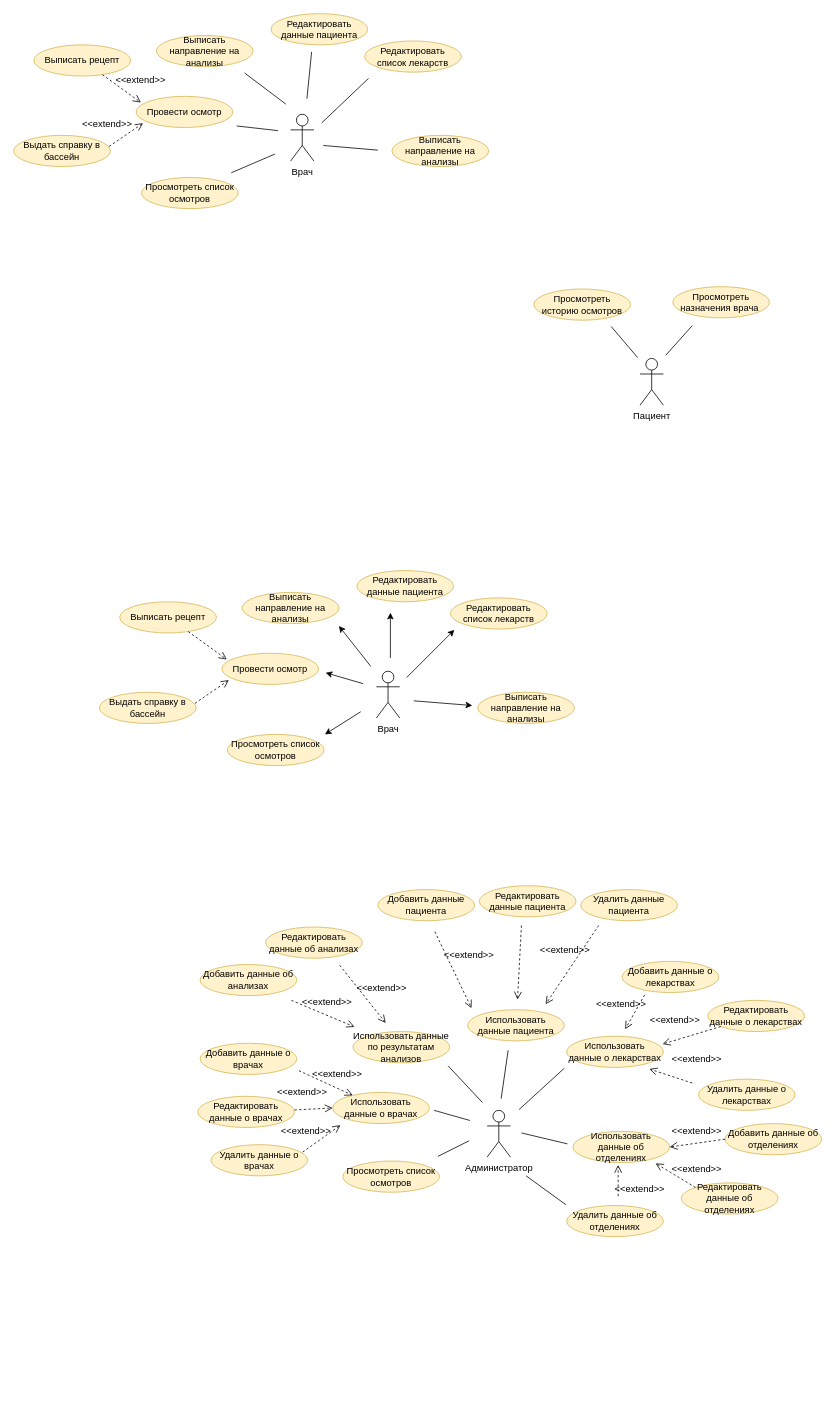
AnT250288/test keeps this draw.io diagram as Untitled Diagram.drawio. Above is the earlier version. Source tidied: cells renumbered, new cells numbered last; positions are measured from the earlier drawing's top-left corner, leaving out a move shared by most shapes. Both pictures are drawn from the tidied source at 78%, with x=0, y=0 at pixel (13, 13).
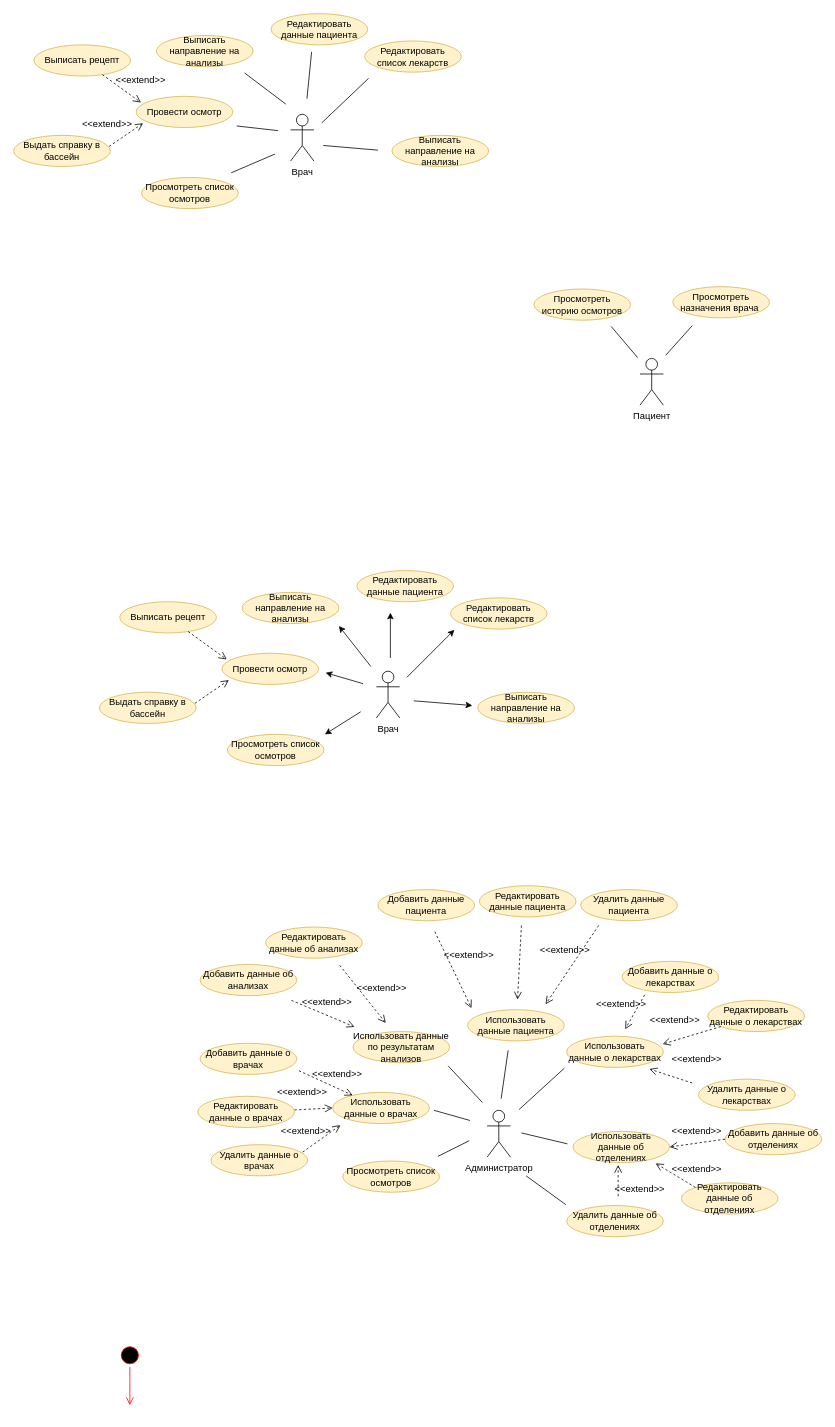
The same page after the edit.

Diff of the diagram source:
```diff
@@
+    <mxCell id="98" style="ellipse;html=1;shape=startState;fillColor=#000000;strokeColor=#ff0000;" parent="1" vertex="1">
+      <mxGeometry x="134" y="1705" width="30" height="30" as="geometry" />
+    </mxCell>
+    <mxCell id="99" style="edgeStyle=orthogonalEdgeStyle;html=1;verticalAlign=bottom;endArrow=open;endSize=8;strokeColor=#ff0000;" parent="1" edge="1" source="98">
+      <mxGeometry relative="1" as="geometry">
+        <mxPoint x="149" y="1784" as="targetPoint" />
+      </mxGeometry>
+    </mxCell>
```
